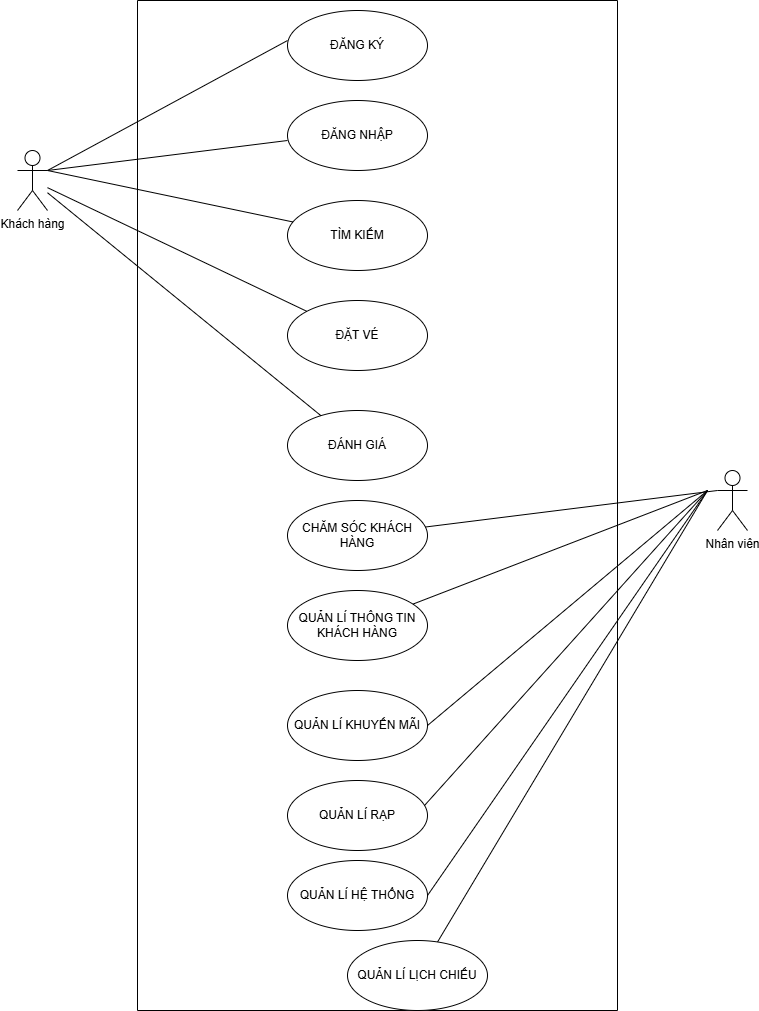
Before: cinema_system.drawio.png, a diagram exported from draw.io (LeQuan114/cinema_system). Source tidied: cells renumbered, new cells last; positions are measured from the earlier drawing's top-left corner, leaving out a move shared by most shapes.
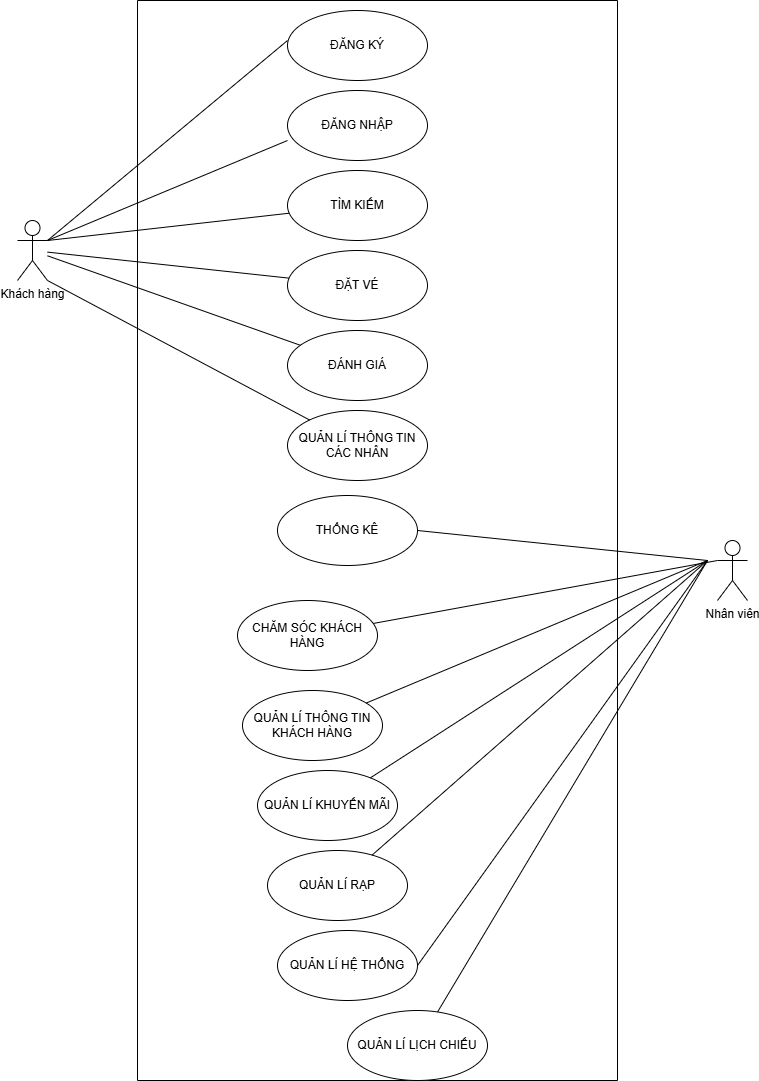
After the change.

What changed in the source:
```diff
@@ -3,52 +3,57 @@
     <mxCell id="0" />
     <mxCell id="1" parent="0" />
     <mxCell id="2" style="swimlane;startSize=0;" parent="1" vertex="1">
-      <mxGeometry x="120" width="480" height="1010" as="geometry" />
+      <mxGeometry x="120" y="-70" width="480" height="1080" as="geometry" />
     </mxCell>
     <mxCell id="3" value="ĐĂNG KÝ" style="ellipse;whiteSpace=wrap;html=1;" parent="2" vertex="1">
       <mxGeometry x="150" y="10" width="140" height="70" as="geometry" />
     </mxCell>
     <mxCell id="4" value="TÌM KIẾM" style="ellipse;whiteSpace=wrap;html=1;" parent="2" vertex="1">
-      <mxGeometry x="150" y="200" width="140" height="70" as="geometry" />
+      <mxGeometry x="150" y="170" width="140" height="70" as="geometry" />
     </mxCell>
     <mxCell id="5" value="ĐẶT VÉ" style="ellipse;whiteSpace=wrap;html=1;" parent="2" vertex="1">
-      <mxGeometry x="150" y="300" width="140" height="70" as="geometry" />
+      <mxGeometry x="150" y="250" width="140" height="70" as="geometry" />
     </mxCell>
     <mxCell id="6" value="ĐÁNH GIÁ" style="ellipse;whiteSpace=wrap;html=1;" parent="2" vertex="1">
-      <mxGeometry x="150" y="410" width="140" height="70" as="geometry" />
+      <mxGeometry x="150" y="330" width="140" height="70" as="geometry" />
     </mxCell>
     <mxCell id="7" value="CHĂM SÓC KHÁCH HÀNG" style="ellipse;whiteSpace=wrap;html=1;" parent="2" vertex="1">
-      <mxGeometry x="150" y="500" width="140" height="70" as="geometry" />
+      <mxGeometry x="100" y="600" width="140" height="70" as="geometry" />
     </mxCell>
     <mxCell id="8" value="QUẢN LÍ THÔNG TIN KHÁCH HÀNG" style="ellipse;whiteSpace=wrap;html=1;" parent="2" vertex="1">
-      <mxGeometry x="150" y="590" width="140" height="70" as="geometry" />
+      <mxGeometry x="105" y="690" width="140" height="70" as="geometry" />
     </mxCell>
     <mxCell id="9" value="ĐĂNG NHẬP" style="ellipse;whiteSpace=wrap;html=1;" parent="2" vertex="1">
-      <mxGeometry x="150" y="100" width="140" height="70" as="geometry" />
+      <mxGeometry x="150" y="90" width="140" height="70" as="geometry" />
     </mxCell>
     <mxCell id="10" value="QUẢN LÍ KHUYẾN MÃI" style="ellipse;whiteSpace=wrap;html=1;" parent="2" vertex="1">
-      <mxGeometry x="150" y="690" width="140" height="70" as="geometry" />
+      <mxGeometry x="120" y="770" width="140" height="70" as="geometry" />
     </mxCell>
     <mxCell id="11" value="QUẢN LÍ RẠP" style="ellipse;whiteSpace=wrap;html=1;" parent="2" vertex="1">
-      <mxGeometry x="150" y="780" width="140" height="70" as="geometry" />
+      <mxGeometry x="130" y="850" width="140" height="70" as="geometry" />
     </mxCell>
     <mxCell id="12" value="QUẢN LÍ HỆ THỐNG" style="ellipse;whiteSpace=wrap;html=1;" parent="2" vertex="1">
-      <mxGeometry x="150" y="860" width="140" height="70" as="geometry" />
+      <mxGeometry x="140" y="930" width="140" height="70" as="geometry" />
     </mxCell>
     <mxCell id="13" style="endArrow=none;html=1;rounded=0;exitX=1;exitY=0.3333333333333333;exitDx=0;exitDy=0;exitPerimeter=0;" parent="2" edge="1" source="16">
       <mxGeometry relative="1" as="geometry">
         <mxPoint x="150" y="140" as="targetPoint" />
       </mxGeometry>
     </mxCell>
-    <mxCell id="14" style="endArrow=none;html=1;rounded=0;" parent="2" edge="1">
-      <mxGeometry relative="1" as="geometry">
-        <mxPoint x="290" y="725" as="sourcePoint" />
-        <mxPoint x="570" y="490" as="targetPoint" />
-      </mxGeometry>
-    </mxCell>
     <mxCell id="15" value="QUẢN LÍ LỊCH CHIẾU" style="ellipse;whiteSpace=wrap;html=1;" parent="2" vertex="1">
-      <mxGeometry x="210" y="940" width="140" height="70" as="geometry" />
+      <mxGeometry x="210" y="1010" width="140" height="70" as="geometry" />
     </mxCell>
+    <mxCell id="25" style="endArrow=none;html=1;rounded=0;" parent="2" edge="1" source="11">
+      <mxGeometry relative="1" as="geometry">
+        <mxPoint x="570" y="560" as="targetPoint" />
+      </mxGeometry>
+    </mxCell>
+    <mxCell id="27" value="QUẢN LÍ THÔNG TIN CÁC NHÂN" style="ellipse;whiteSpace=wrap;html=1;" parent="2" vertex="1">
+      <mxGeometry x="150" y="410" width="140" height="70" as="geometry" />
+    </mxCell>
+    <mxCell id="28" value="THỐNG KÊ" style="ellipse;whiteSpace=wrap;html=1;" parent="2" vertex="1">
+      <mxGeometry x="140" y="495" width="140" height="70" as="geometry" />
+    </mxCell>
     <mxCell id="16" value="Khách hàng&lt;div&gt;&lt;br&gt;&lt;/div&gt;" style="shape=umlActor;verticalLabelPosition=bottom;verticalAlign=top;html=1;outlineConnect=0;" parent="1" vertex="1">
       <mxGeometry y="150" width="30" height="60" as="geometry" />
     </mxCell>
@@ -75,22 +80,28 @@
         <mxPoint x="690" y="490" as="targetPoint" />
       </mxGeometry>
     </mxCell>
-    <mxCell id="24" style="endArrow=none;html=1;rounded=0;" parent="1" edge="1">
+    <mxCell id="24" style="endArrow=none;html=1;rounded=0;exitX=1;exitY=0.5;exitDx=0;exitDy=0;" parent="1" edge="1" source="12">
       <mxGeometry relative="1" as="geometry">
-        <mxPoint x="407" y="805" as="sourcePoint" />
         <mxPoint x="690" y="490" as="targetPoint" />
       </mxGeometry>
     </mxCell>
-    <mxCell id="25" style="endArrow=none;html=1;rounded=0;" parent="1" edge="1">
-      <mxGeometry relative="1" as="geometry">
-        <mxPoint x="410" y="895" as="sourcePoint" />
-        <mxPoint x="690" y="490" as="targetPoint" />
-      </mxGeometry>
-    </mxCell>
     <mxCell id="26" style="endArrow=none;html=1;rounded=0;" parent="1" edge="1" source="15">
       <mxGeometry relative="1" as="geometry">
         <mxPoint x="690" y="490" as="targetPoint" />
       </mxGeometry>
     </mxCell>
+    <mxCell id="14" style="endArrow=none;html=1;rounded=0;" parent="1" edge="1" source="10">
+      <mxGeometry relative="1" as="geometry">
+        <mxPoint x="690" y="490" as="targetPoint" />
+      </mxGeometry>
+    </mxCell>
+    <mxCell id="29" style="endArrow=none;html=1;rounded=0;exitX=1;exitY=1;exitDx=0;exitDy=0;exitPerimeter=0;" parent="1" edge="1" source="16" target="27">
+      <mxGeometry relative="1" as="geometry" />
+    </mxCell>
+    <mxCell id="30" style="endArrow=none;html=1;rounded=0;exitX=1;exitY=0.5;exitDx=0;exitDy=0;" parent="1" edge="1" source="28">
+      <mxGeometry relative="1" as="geometry">
+        <mxPoint x="690" y="490" as="targetPoint" />
+      </mxGeometry>
+    </mxCell>
   </root>
 </mxGraphModel>
```
